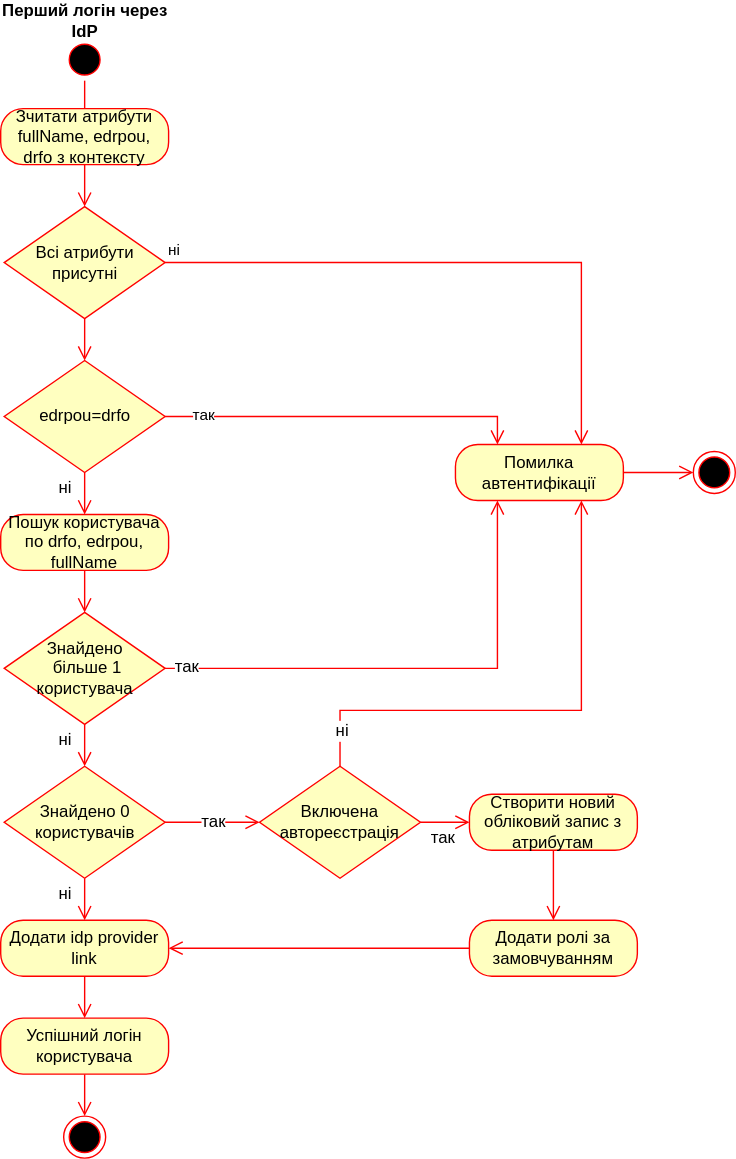
Earlier version of the draw.io export docs/ua/modules/arch/images/architecture-workspace/platform-evolution/registry-federation/activity.svg (epam/edp-ddm-architecture). Source tidied: cells renumbered, new cells last; positions are measured from the earlier drawing's top-left corner, leaving out a move shared by most shapes.
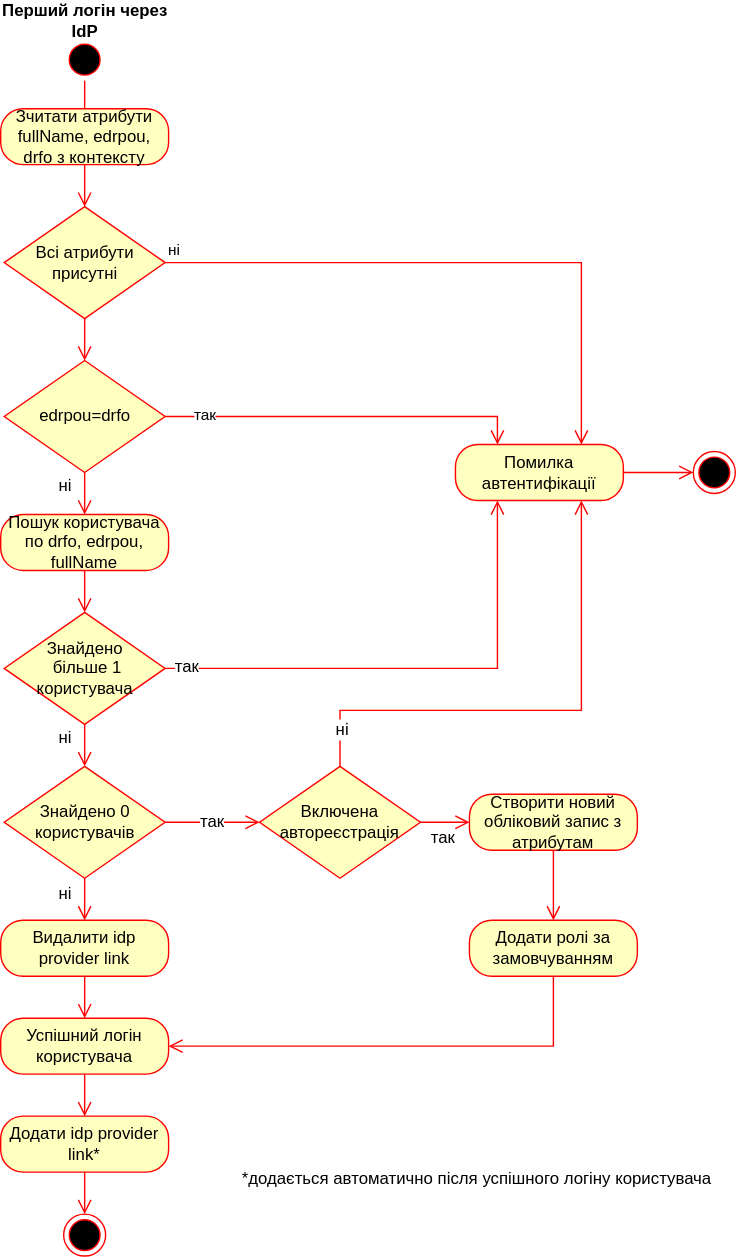
After the commit.

Commit message:
[EDP-DDM-26601] Cover case when idp link already exists

Diff of the diagram source:
```diff
@@ -106,8 +106,12 @@
     <mxCell id="30" style="edgeStyle=orthogonalEdgeStyle;shape=connector;rounded=0;jettySize=auto;html=1;labelBackgroundColor=default;strokeColor=#ff0000;fontFamily=Helvetica;fontSize=12;fontColor=#000000;endArrow=open;endSize=8;" parent="1" edge="1" source="42" target="32">
       <mxGeometry relative="1" as="geometry" />
     </mxCell>
-    <mxCell id="31" style="edgeStyle=orthogonalEdgeStyle;shape=connector;rounded=0;jettySize=auto;html=1;entryX=1;entryY=0.5;entryDx=0;entryDy=0;labelBackgroundColor=default;strokeColor=#ff0000;fontFamily=Helvetica;fontSize=12;fontColor=#000000;endArrow=open;endSize=8;" parent="1" edge="1" source="32" target="34">
-      <mxGeometry relative="1" as="geometry" />
+    <mxCell id="31" style="edgeStyle=orthogonalEdgeStyle;shape=connector;rounded=0;jettySize=auto;html=1;entryX=1;entryY=0.5;entryDx=0;entryDy=0;labelBackgroundColor=default;strokeColor=#ff0000;fontFamily=Helvetica;fontSize=12;fontColor=#000000;endArrow=open;endSize=8;" parent="1" edge="1" source="32" target="36">
+      <mxGeometry relative="1" as="geometry">
+        <Array as="points">
+          <mxPoint x="395" y="746" />
+        </Array>
+      </mxGeometry>
     </mxCell>
     <mxCell id="32" value="Додати ролі за замовчуванням" style="rounded=1;whiteSpace=wrap;html=1;arcSize=40;fontColor=#000000;fillColor=#ffffc0;strokeColor=#ff0000;fontFamily=Helvetica;fontSize=12;" parent="1" vertex="1">
       <mxGeometry x="335" y="656" width="120" height="40" as="geometry" />
@@ -115,17 +119,19 @@
     <mxCell id="33" style="edgeStyle=orthogonalEdgeStyle;shape=connector;rounded=0;jettySize=auto;html=1;labelBackgroundColor=default;strokeColor=#ff0000;fontFamily=Helvetica;fontSize=12;fontColor=#000000;endArrow=open;endSize=8;" parent="1" edge="1" source="34" target="36">
       <mxGeometry relative="1" as="geometry" />
     </mxCell>
-    <mxCell id="34" value="Додати idp provider link" style="rounded=1;whiteSpace=wrap;html=1;arcSize=40;fontColor=#000000;fillColor=#ffffc0;strokeColor=#ff0000;fontFamily=Helvetica;fontSize=12;" parent="1" vertex="1">
+    <mxCell id="34" value="Видалити idp provider link" style="rounded=1;whiteSpace=wrap;html=1;arcSize=40;fontColor=#000000;fillColor=#ffffc0;strokeColor=#ff0000;fontFamily=Helvetica;fontSize=12;" parent="1" vertex="1">
       <mxGeometry y="656" width="120" height="40" as="geometry" />
     </mxCell>
-    <mxCell id="35" style="edgeStyle=orthogonalEdgeStyle;shape=connector;rounded=0;jettySize=auto;html=1;labelBackgroundColor=default;strokeColor=#ff0000;fontFamily=Helvetica;fontSize=12;fontColor=#000000;endArrow=open;endSize=8;" parent="1" edge="1" source="36" target="37">
-      <mxGeometry relative="1" as="geometry" />
+    <mxCell id="35" style="edgeStyle=orthogonalEdgeStyle;shape=connector;rounded=0;jettySize=auto;html=1;labelBackgroundColor=default;strokeColor=#ff0000;fontFamily=Helvetica;fontSize=12;fontColor=#000000;endArrow=open;endSize=8;" parent="1" edge="1" source="36">
+      <mxGeometry relative="1" as="geometry">
+        <mxPoint x="60" y="796" as="targetPoint" />
+      </mxGeometry>
     </mxCell>
     <mxCell id="36" value="Успішний логін користувача" style="rounded=1;whiteSpace=wrap;html=1;arcSize=40;fontColor=#000000;fillColor=#ffffc0;strokeColor=#ff0000;fontFamily=Helvetica;fontSize=12;" parent="1" vertex="1">
       <mxGeometry y="726" width="120" height="40" as="geometry" />
     </mxCell>
     <mxCell id="37" style="ellipse;html=1;shape=endState;fillColor=#000000;strokeColor=#ff0000;rounded=1;fontFamily=Helvetica;fontSize=12;fontColor=#000000;" parent="1" vertex="1">
-      <mxGeometry x="45" y="796" width="30" height="30" as="geometry" />
+      <mxGeometry x="45" y="866" width="30" height="30" as="geometry" />
     </mxCell>
     <mxCell id="38" style="edgeStyle=orthogonalEdgeStyle;html=1;align=left;verticalAlign=top;endArrow=open;endSize=8;strokeColor=#ff0000;rounded=0;" parent="1" edge="1" source="7" target="41">
       <mxGeometry x="-1" relative="1" as="geometry" />
@@ -144,5 +150,14 @@
     <mxCell id="42" value="Створити новий обліковий запис з атрибутам" style="rounded=1;whiteSpace=wrap;html=1;arcSize=40;fontColor=#000000;fillColor=#ffffc0;strokeColor=#ff0000;fontFamily=Helvetica;fontSize=12;" parent="1" vertex="1">
       <mxGeometry x="335" y="566" width="120" height="40" as="geometry" />
     </mxCell>
+    <mxCell id="43" style="edgeStyle=orthogonalEdgeStyle;rounded=0;jettySize=auto;html=1;endArrow=open;fontSize=12;strokeColor=#ff0000;fontColor=#000000;endSize=8;" parent="1" edge="1" source="44" target="37">
+      <mxGeometry relative="1" as="geometry" />
+    </mxCell>
+    <mxCell id="44" value="Додати idp provider link*" style="rounded=1;whiteSpace=wrap;html=1;arcSize=40;fontColor=#000000;fillColor=#ffffc0;strokeColor=#ff0000;fontFamily=Helvetica;fontSize=12;" parent="1" vertex="1">
+      <mxGeometry y="796" width="120" height="40" as="geometry" />
+    </mxCell>
+    <mxCell id="45" value="*додається автоматично після успішного логіну користувача" style="text;html=1;align=center;verticalAlign=middle;strokeColor=none;fillColor=none;fontSize=12;fontFamily=Helvetica;fontColor=#000000;" parent="1" vertex="1">
+      <mxGeometry x="155" y="826" width="370" height="30" as="geometry" />
+    </mxCell>
   </root>
 </mxGraphModel>
```
